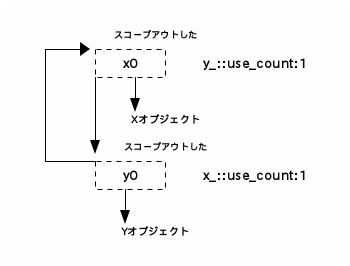
The PlantUML diagram plant_uml/shared_cyclic_3.png in ichiroprogrammer/deep_cpp, before a commit. Its source is kept beside it as plant_uml/shared_cyclic_3.pu.
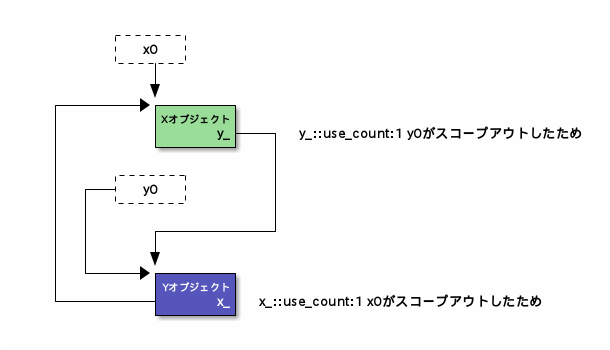
Above is the later version.

Change to the diagram source:
```diff
@@ -1,18 +1,25 @@
 @startditaa
-         スコープアウトした
-  +--->+-=----+
-  |    |  x0  | y_꞉꞉use_count꞉1
-  |    +---+--+
-  |    |   |
-  |    |   V
-  |    |   Xオブジェクト
-  |    |
-  |    V  スコープアウトした
-  +----+-=----+
-       |  y0  | x_꞉꞉use_count꞉1
-       +--+---+
-          |
-          V
-          Yオブジェクト
+
+         +-=----+
+         |  x0  |
+         +---+--+
+             |
+             V
+   +-------->+-------+
+   |         |Xオブジェクト|
+   |         |cGRE y_+---+ y_꞉꞉use_count꞉1 y0がスコープアウトしたため
+   |         +-------+   |
+   |                     |
+   |     +-=----+        |
+   |  +--+  y0  |        |
+   |  |  +------+        |
+   |  |                  |
+   |  |      +-----------+
+   |  |      |
+   |  |      V
+   |  +----->+-------+
+   |         |Yオブジェクト|
+   +---------+cBLU x_| x_꞉꞉use_count꞉1 x0がスコープアウトしたため
+             +-------+
 
 @endditaa
```
